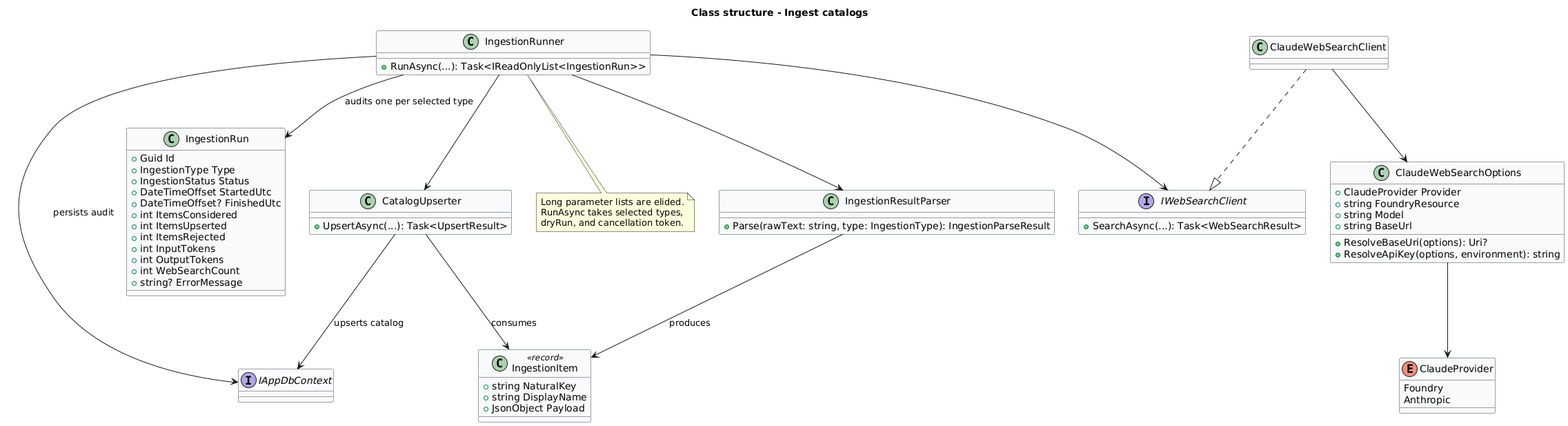
Earlier version of the PlantUML export docs/detailed-designs/discovery/ingest-catalogs/diagrams/class-structure.png (QuinntyneBrown/saturdaze).
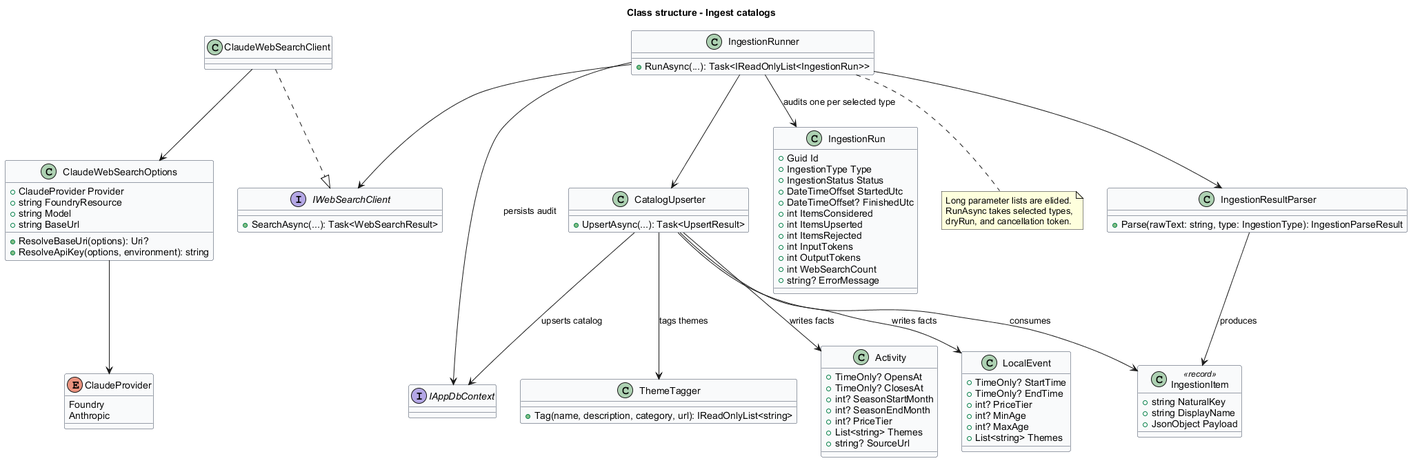
The same file after the commit.

The edit, as a diff of the source:
```diff
@@ -50,6 +50,29 @@
  +JsonObject Payload
 }
 interface IAppDbContext
+class ThemeTagger {
+ +Tag(name, description, category, url): IReadOnlyList<string>
+}
+class Activity {
+ +TimeOnly? OpensAt
+ +TimeOnly? ClosesAt
+ +int? SeasonStartMonth
+ +int? SeasonEndMonth
+ +int? PriceTier
+ +List<string> Themes
+ +string? SourceUrl
+}
+class LocalEvent {
+ +TimeOnly? StartTime
+ +TimeOnly? EndTime
+ +int? PriceTier
+ +int? MinAge
+ +int? MaxAge
+ +List<string> Themes
+}
+CatalogUpserter --> ThemeTagger : tags themes
+CatalogUpserter --> Activity : writes facts
+CatalogUpserter --> LocalEvent : writes facts
 IngestionRunner --> IWebSearchClient
 ClaudeWebSearchClient ..|> IWebSearchClient
 ClaudeWebSearchClient --> ClaudeWebSearchOptions
```
